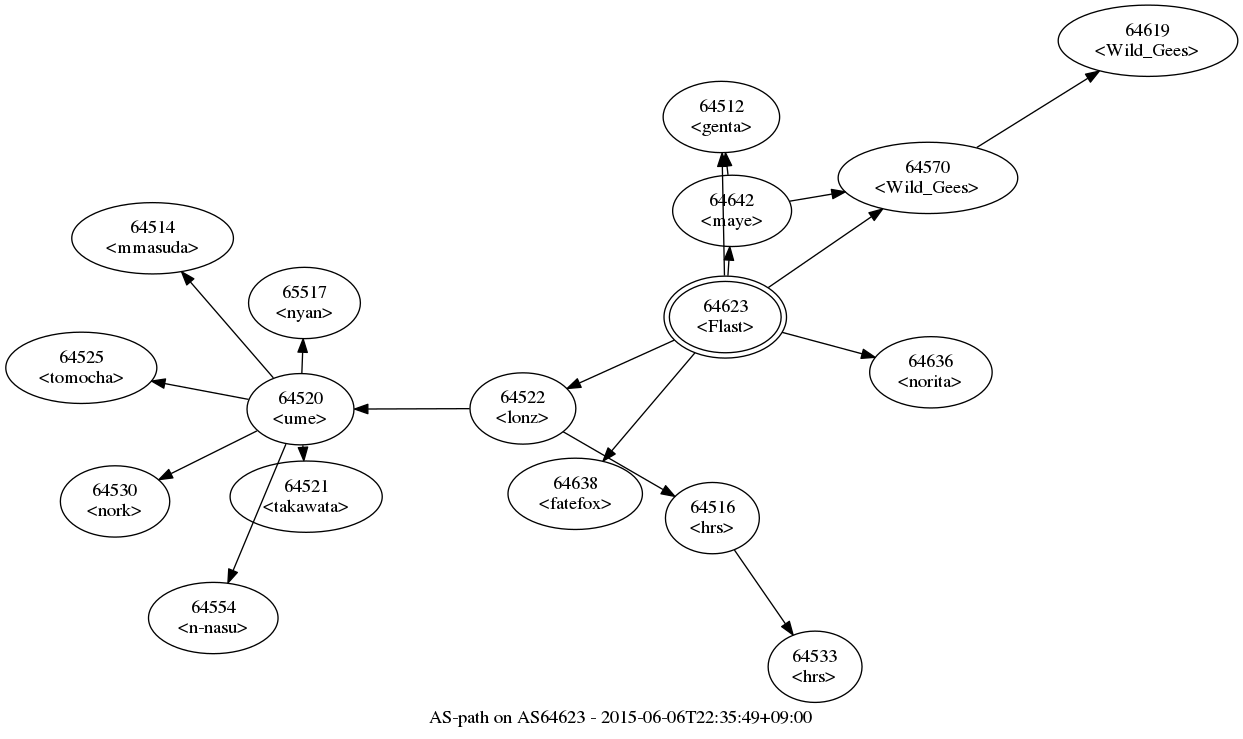
Above: aspath/as64623.png in Flast/flast.github.io (Graphviz), before the change. Its source is kept beside it as aspath/as64623.gv.
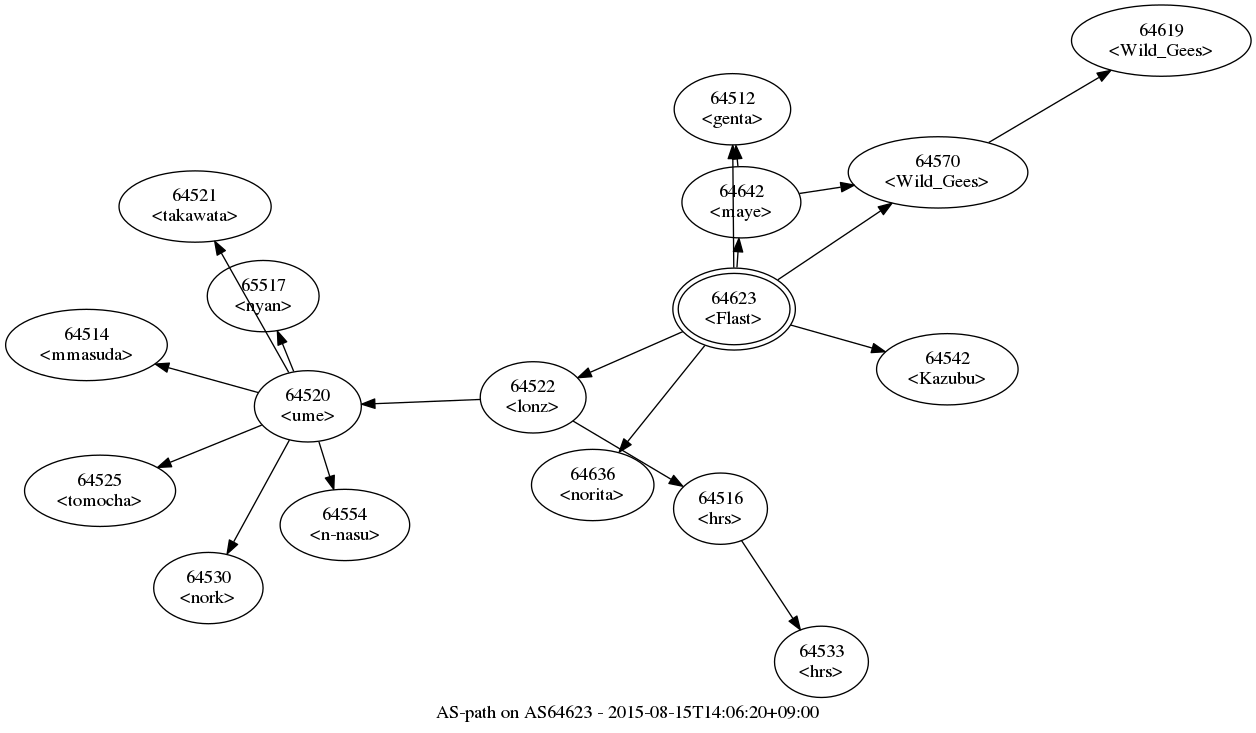
After the commit.

Change to the diagram source:
```diff
@@ -1,98 +1,98 @@
 digraph aspath {
-	graph [bb="0,-23,924,523",
+	graph [bb="0,-23,934,519",
 		center="",
-		label="AS-path on AS64623 - 2015-06-06T22:35:49+09:00",
+		label="AS-path on AS64623 - 2015-08-15T14:06:20+09:00",
 		layout=fdp,
 		lheight=0.21,
-		lp="462,-11.5",
+		lp="467,-11.5",
 		lwidth=4.00
 	];
 	node [label="\N"];
 	64623	 [height=0.8575,
 		label="64623\n<Flast>",
 		peripheries=2,
-		pos="539.94,289.18",
+		pos="546.58,291.2",
 		width=1.27];
 	64522	 [height=0.74639,
 		label="64522\n<lonz>",
-		pos="388.19,220.64",
+		pos="395.87,224.99",
 		width=1.0999];
-	64623 -> 64522	 [pos="e,421.32,235.6 501.65,271.88 479.99,262.1 452.85,249.84 430.55,239.77"];
+	64623 -> 64522	 [pos="e,429.35,239.7 508.16,274.32 486.97,265.01 460.59,253.42 438.73,243.82"];
 	64642	 [height=0.74639,
 		label="64642\n<maye>",
-		pos="545.08,368.85",
+		pos="552.05,371.29",
 		width=1.2374];
-	64623 -> 64642	 [pos="e,543.35,341.92 541.95,320.21 542.19,324.02 542.44,327.94 542.69,331.82"];
+	64623 -> 64642	 [pos="e,550.2,344.21 548.71,322.39 548.97,326.22 549.24,330.16 549.51,334.06"];
 	64570	 [height=0.74639,
 		label="64570\n<Wild_Gees>",
-		pos="691.96,393.57",
+		pos="699.54,393.71",
 		width=1.866];
-	64623 -> 64570	 [pos="e,657.92,370.2 572.18,311.32 594.71,326.79 625.03,347.61 649.52,364.43"];
+	64623 -> 64570	 [pos="e,664.92,370.51 579.4,313.19 601.93,328.29 632.08,348.5 656.53,364.88"];
 	64512	 [height=0.74639,
 		label="64512\n<genta>",
-		pos="537.05,439.26",
+		pos="545.32,441.04",
 		width=1.2178];
-	64623 -> 64512	 [pos="e,537.57,412.23 539.34,320.28 538.89,344.02 538.25,376.82 537.77,401.97"];
+	64623 -> 64512	 [pos="e,545.55,414.05 546.32,322.25 546.12,345.95 545.85,378.7 545.64,403.81"];
+	64542	 [height=0.74639,
+		label="64542\n<Kazubu>",
+		pos="706.5,246.05",
+		width=1.4731];
+	64623 -> 64542	 [pos="e,659.93,259.2 589.02,279.22 607.78,273.92 630.12,267.61 650.25,261.93"];
 	64636	 [height=0.74639,
 		label="64636\n<norita>",
-		pos="694.18,247.77",
+		pos="440.55,159.24",
 		width=1.2767];
-	64623 -> 64636	 [pos="e,652.3,259.01 582.5,277.75 601.11,272.76 623.11,266.85 642.64,261.61"];
-	64638	 [height=0.74639,
-		label="64638\n<fatefox>",
-		pos="427.41,156.62",
-		width=1.3946];
-	64623 -> 64638	 [pos="e,448.25,181.17 517.17,262.35 499.13,241.1 473.87,211.35 454.74,188.81"];
+	64623 -> 64636	 [pos="e,460.34,183.88 524.61,263.86 507.76,242.88 484.43,213.86 466.63,191.7"];
 	64520	 [height=0.74639,
 		label="64520\n<ume>",
-		pos="221.38,220.09",
+		pos="226.9,218.25",
 		width=1.1196];
-	64522 -> 64520	 [pos="e,261.87,220.22 348.23,220.51 325.38,220.43 296.48,220.34 272.04,220.25"];
+	64522 -> 64520	 [pos="e,267.15,219.85 356.25,223.41 332.68,222.47 302.53,221.26 277.28,220.26"];
 	64516	 [height=0.74639,
 		label="64516\n<hrs>",
-		pos="530.3,138.41",
+		pos="536.38,141.49",
 		width=0.98209];
-	64522 -> 64516	 [pos="e,502.14,154.7 418.33,203.2 440.19,190.55 469.9,173.36 493.22,159.86"];
+	64522 -> 64516	 [pos="e,508.07,158.32 425.67,207.28 447.15,194.52 476.28,177.21 499.27,163.54"];
 	64514	 [height=0.74639,
 		label="64514\n<mmasuda>",
-		pos="110.45,348.29",
+		pos="60.855,264.25",
 		width=1.6892];
-	64520 -> 64514	 [pos="e,132.18,323.17 201.03,243.6 183.57,263.77 158.23,293.06 138.79,315.53"];
+	64520 -> 64514	 [pos="e,112.47,249.95 189.64,228.57 169.81,234.06 144.93,240.96 122.33,247.22"];
 	64521	 [height=0.74639,
 		label="64521\n<takawata>",
-		pos="225.62,154.5",
+		pos="142.32,368.09",
 		width=1.591];
-	64520 -> 64521	 [pos="e,223.88,181.49 223.13,193.03 223.16,192.55 223.19,192.07 223.22,191.6"];
+	64520 -> 64521	 [pos="e,157.02,342.05 212.55,243.67 198.66,268.27 177.5,305.77 162.03,333.18"];
 	64525	 [height=0.74639,
 		label="64525\n<tomocha>",
-		pos="56.986,251.13",
+		pos="71.054,154.9",
 		width=1.5713];
-	64520 -> 64525	 [pos="e,109.66,241.18 182.42,227.44 163.65,230.99 140.67,235.33 119.54,239.32"];
+	64520 -> 64525	 [pos="e,114.18,172.43 192.31,204.19 172.15,195.99 146.3,185.49 123.66,176.28"];
 	64530	 [height=0.74639,
 		label="64530\n<nork>",
-		pos="82.29,150.92",
+		pos="152.29,81.949",
 		width=1.1392];
-	64520 -> 64530	 [pos="e,115.18,167.28 188.77,203.87 169.55,194.31 145.03,182.12 124.37,171.85"];
+	64520 -> 64530	 [pos="e,166.32,107.59 213.04,192.93 201.28,171.45 184.3,140.43 171.28,116.65"];
 	64554	 [height=0.74639,
 		label="64554\n<n-nasu>",
-		pos="155.96,63.478",
+		pos="254.67,129.27",
 		width=1.3553];
-	64520 -> 64554	 [pos="e,166.94,89.776 210.43,193.87 199.58,167.9 182.88,127.93 170.84,99.094"];
+	64520 -> 64554	 [pos="e,246.35,155.95 235.23,191.55 237.79,183.37 240.64,174.23 243.36,165.52"];
 	65517	 [height=0.74639,
 		label="65517\n<nyan>",
-		pos="224.36,299.76",
+		pos="193.39,300.91",
 		width=1.1589];
-	64520 -> 65517	 [pos="e,223.35,272.81 222.38,247.06 222.57,252.12 222.78,257.49 222.97,262.8"];
+	64520 -> 65517	 [pos="e,204.04,274.64 216.3,244.4 213.61,251.04 210.67,258.28 207.83,265.29"];
 	64533	 [height=0.74639,
 		label="64533\n<hrs>",
-		pos="607.31,26.917",
+		pos="612.1,26.631",
 		width=0.98209];
-	64516 -> 64533	 [pos="e,590.82,50.795 546.82,114.49 557.99,98.325 572.86,76.789 585.07,59.118"];
-	64642 -> 64570	 [pos="e,629.95,383.13 588.36,376.13 598.33,377.81 609.21,379.64 620.04,381.47"];
-	64642 -> 64512	 [pos="e,540.11,412.43 542,395.87 541.76,397.99 541.51,400.16 541.26,402.33"];
+	64516 -> 64533	 [pos="e,596.25,50.678 552.26,117.41 563.41,100.49 578.47,77.653 590.69,59.119"];
+	64642 -> 64570	 [pos="e,636.72,384.16 595.5,377.89 605.29,379.38 615.94,381 626.57,382.61"];
+	64642 -> 64512	 [pos="e,547.95,413.83 549.43,398.45 549.26,400.19 549.09,401.95 548.92,403.72"];
 	64619	 [height=0.74639,
 		label="64619\n<Wild_Gees>",
-		pos="857,496.43",
+		pos="866.98,492.53",
 		width=1.866];
-	64570 -> 64619	 [pos="e,820.47,473.67 728.59,416.4 753.16,431.71 785.69,451.99 811.86,468.3"];
+	64570 -> 64619	 [pos="e,829.13,470.2 737.54,416.13 762.05,430.6 794.1,449.52 820.18,464.91"];
 }
```
